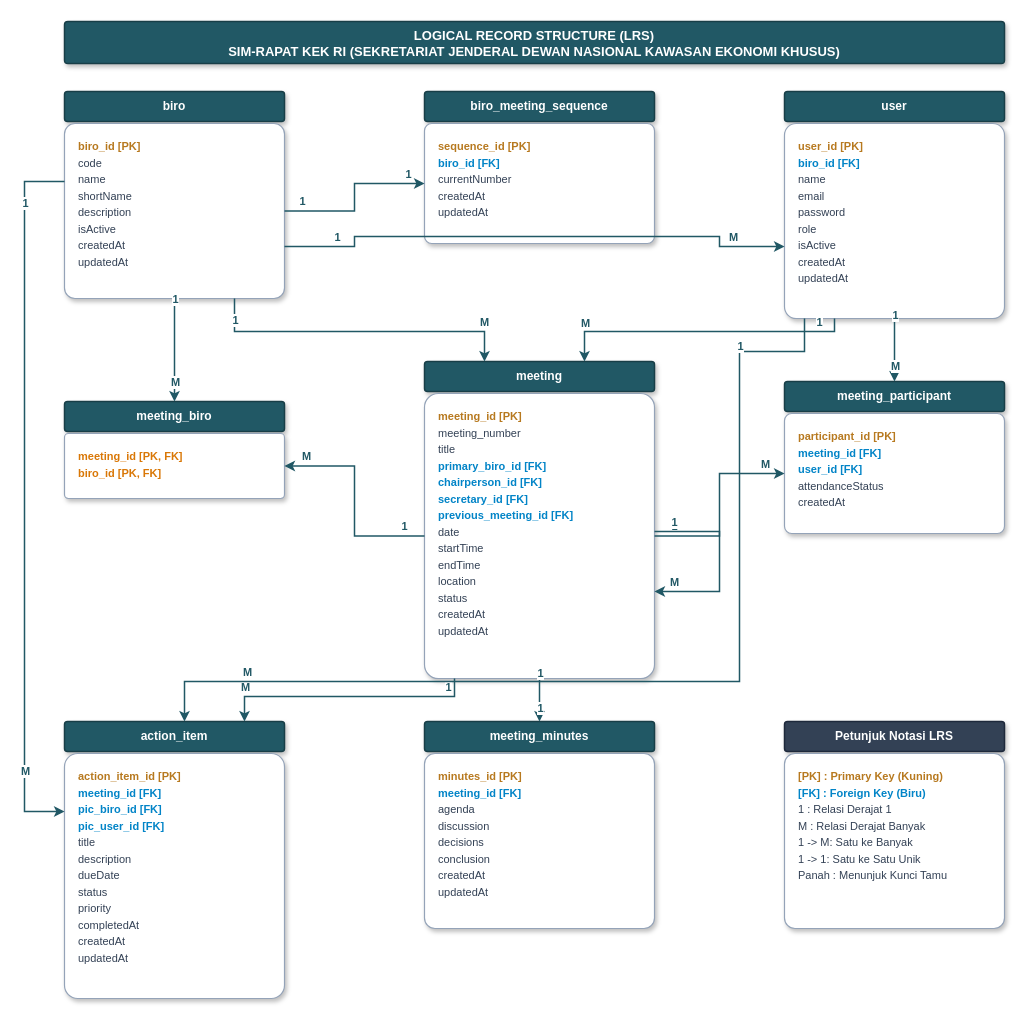
Napppz/Website-Log-Rapat-Kek keeps this draw.io diagram as docs/LRS_SIM_RAPAT.drawio. Above is the earlier version. Source tidied: cells renumbered, new cells numbered last; positions are measured from the earlier drawing's top-left corner, leaving out a move shared by most shapes. Both pictures are drawn from the tidied source at 100%, with x=0, y=0 at pixel (24, 21).
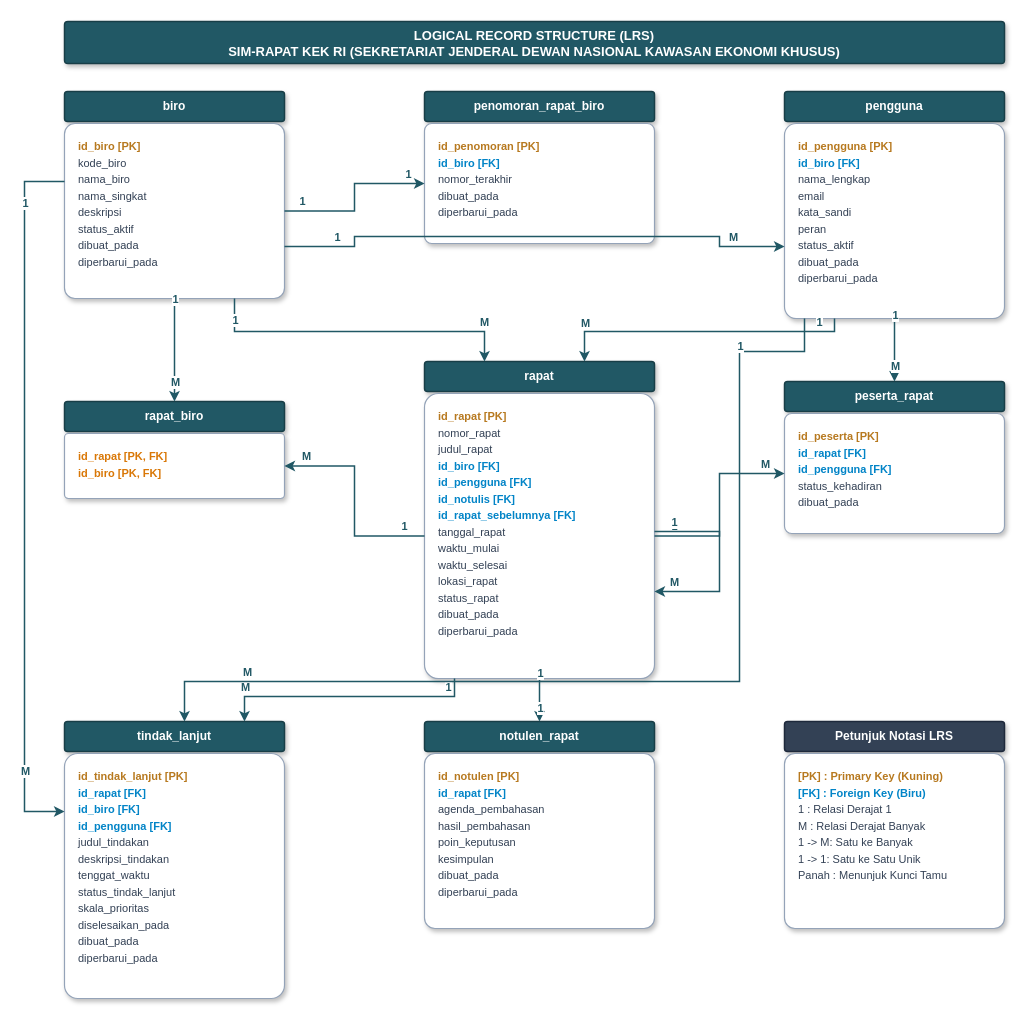
After the change.

What changed in the source:
```diff
@@
-    <mxCell id="4" value="&lt;div style=&quot;line-height: 1.5;&quot;&gt;&lt;b style=&quot;color: #B7791F;&quot;&gt;biro_id [PK]&lt;/b&gt;&lt;/div&gt;&lt;div style=&quot;line-height: 1.5; color: #334155;&quot;&gt;code&lt;/div&gt;&lt;div style=&quot;line-height: 1.5; color: #334155;&quot;&gt;name&lt;/div&gt;&lt;div style=&quot;line-height: 1.5; color: #334155;&quot;&gt;shortName&lt;/div&gt;&lt;div style=&quot;line-height: 1.5; color: #334155;&quot;&gt;description&lt;/div&gt;&lt;div style=&quot;line-height: 1.5; color: #334155;&quot;&gt;isActive&lt;/div&gt;&lt;div style=&quot;line-height: 1.5; color: #334155;&quot;&gt;createdAt&lt;/div&gt;&lt;div style=&quot;line-height: 1.5; color: #334155;&quot;&gt;updatedAt&lt;/div&gt;" style="rounded=1;arcSize=6;whiteSpace=wrap;html=1;fillColor=#ffffff;strokeColor=#94A3B8;strokeWidth=1.2;fontColor=#1E293B;fontStyle=0;fontSize=11;align=left;verticalAlign=top;spacingLeft=12;spacingTop=8;spacingRight=8;spacingBottom=8;fontFamily=Helvetica;shadow=1;" parent="1" vertex="1">
+    <mxCell id="4" value="&lt;div style=&quot;line-height: 1.5;&quot;&gt;&lt;b style=&quot;color: #B7791F;&quot;&gt;id_biro [PK]&lt;/b&gt;&lt;/div&gt;&lt;div style=&quot;line-height: 1.5; color: #334155;&quot;&gt;kode_biro&lt;/div&gt;&lt;div style=&quot;line-height: 1.5; color: #334155;&quot;&gt;nama_biro&lt;/div&gt;&lt;div style=&quot;line-height: 1.5; color: #334155;&quot;&gt;nama_singkat&lt;/div&gt;&lt;div style=&quot;line-height: 1.5; color: #334155;&quot;&gt;deskripsi&lt;/div&gt;&lt;div style=&quot;line-height: 1.5; color: #334155;&quot;&gt;status_aktif&lt;/div&gt;&lt;div style=&quot;line-height: 1.5; color: #334155;&quot;&gt;dibuat_pada&lt;/div&gt;&lt;div style=&quot;line-height: 1.5; color: #334155;&quot;&gt;diperbarui_pada&lt;/div&gt;" style="rounded=1;arcSize=6;whiteSpace=wrap;html=1;fillColor=#ffffff;strokeColor=#94A3B8;strokeWidth=1.2;fontColor=#1E293B;fontStyle=0;fontSize=11;align=left;verticalAlign=top;spacingLeft=12;spacingTop=8;spacingRight=8;spacingBottom=8;fontFamily=Helvetica;shadow=1;" parent="1" vertex="1">
       <mxGeometry x="40" y="102" width="220" height="175" as="geometry" />
     </mxCell>
-    <mxCell id="5" value="biro_meeting_sequence" style="rounded=1;arcSize=10;whiteSpace=wrap;html=1;fillColor=#215865;strokeColor=#183E47;strokeWidth=1.5;fontColor=#ffffff;fontStyle=1;fontSize=12;align=center;verticalAlign=middle;fontFamily=Helvetica;shadow=1;" parent="1" vertex="1">
+    <mxCell id="5" value="penomoran_rapat_biro" style="rounded=1;arcSize=10;whiteSpace=wrap;html=1;fillColor=#215865;strokeColor=#183E47;strokeWidth=1.5;fontColor=#ffffff;fontStyle=1;fontSize=12;align=center;verticalAlign=middle;fontFamily=Helvetica;shadow=1;" parent="1" vertex="1">
       <mxGeometry x="400" y="70" width="230" height="30" as="geometry" />
     </mxCell>
-    <mxCell id="6" value="&lt;div style=&quot;line-height: 1.5;&quot;&gt;&lt;b style=&quot;color: #B7791F;&quot;&gt;sequence_id [PK]&lt;/b&gt;&lt;/div&gt;&lt;div style=&quot;line-height: 1.5;&quot;&gt;&lt;b style=&quot;color: #0284C7;&quot;&gt;biro_id [FK]&lt;/b&gt;&lt;/div&gt;&lt;div style=&quot;line-height: 1.5; color: #334155;&quot;&gt;currentNumber&lt;/div&gt;&lt;div style=&quot;line-height: 1.5; color: #334155;&quot;&gt;createdAt&lt;/div&gt;&lt;div style=&quot;line-height: 1.5; color: #334155;&quot;&gt;updatedAt&lt;/div&gt;" style="rounded=1;arcSize=6;whiteSpace=wrap;html=1;fillColor=#ffffff;strokeColor=#94A3B8;strokeWidth=1.2;fontColor=#1E293B;fontStyle=0;fontSize=11;align=left;verticalAlign=top;spacingLeft=12;spacingTop=8;spacingRight=8;spacingBottom=8;fontFamily=Helvetica;shadow=1;" parent="1" vertex="1">
+    <mxCell id="6" value="&lt;div style=&quot;line-height: 1.5;&quot;&gt;&lt;b style=&quot;color: #B7791F;&quot;&gt;id_penomoran [PK]&lt;/b&gt;&lt;/div&gt;&lt;div style=&quot;line-height: 1.5;&quot;&gt;&lt;b style=&quot;color: #0284C7;&quot;&gt;id_biro [FK]&lt;/b&gt;&lt;/div&gt;&lt;div style=&quot;line-height: 1.5; color: #334155;&quot;&gt;nomor_terakhir&lt;/div&gt;&lt;div style=&quot;line-height: 1.5; color: #334155;&quot;&gt;dibuat_pada&lt;/div&gt;&lt;div style=&quot;line-height: 1.5; color: #334155;&quot;&gt;diperbarui_pada&lt;/div&gt;" style="rounded=1;arcSize=6;whiteSpace=wrap;html=1;fillColor=#ffffff;strokeColor=#94A3B8;strokeWidth=1.2;fontColor=#1E293B;fontStyle=0;fontSize=11;align=left;verticalAlign=top;spacingLeft=12;spacingTop=8;spacingRight=8;spacingBottom=8;fontFamily=Helvetica;shadow=1;" parent="1" vertex="1">
       <mxGeometry x="400" y="102" width="230" height="120" as="geometry" />
     </mxCell>
-    <mxCell id="7" value="user" style="rounded=1;arcSize=10;whiteSpace=wrap;html=1;fillColor=#215865;strokeColor=#183E47;strokeWidth=1.5;fontColor=#ffffff;fontStyle=1;fontSize=12;align=center;verticalAlign=middle;fontFamily=Helvetica;shadow=1;" parent="1" vertex="1">
+    <mxCell id="7" value="pengguna" style="rounded=1;arcSize=10;whiteSpace=wrap;html=1;fillColor=#215865;strokeColor=#183E47;strokeWidth=1.5;fontColor=#ffffff;fontStyle=1;fontSize=12;align=center;verticalAlign=middle;fontFamily=Helvetica;shadow=1;" parent="1" vertex="1">
       <mxGeometry x="760" y="70" width="220" height="30" as="geometry" />
     </mxCell>
-    <mxCell id="8" value="&lt;div style=&quot;line-height: 1.5;&quot;&gt;&lt;b style=&quot;color: #B7791F;&quot;&gt;user_id [PK]&lt;/b&gt;&lt;/div&gt;&lt;div style=&quot;line-height: 1.5;&quot;&gt;&lt;b style=&quot;color: #0284C7;&quot;&gt;biro_id [FK]&lt;/b&gt;&lt;/div&gt;&lt;div style=&quot;line-height: 1.5; color: #334155;&quot;&gt;name&lt;/div&gt;&lt;div style=&quot;line-height: 1.5; color: #334155;&quot;&gt;email&lt;/div&gt;&lt;div style=&quot;line-height: 1.5; color: #334155;&quot;&gt;password&lt;/div&gt;&lt;div style=&quot;line-height: 1.5; color: #334155;&quot;&gt;role&lt;/div&gt;&lt;div style=&quot;line-height: 1.5; color: #334155;&quot;&gt;isActive&lt;/div&gt;&lt;div style=&quot;line-height: 1.5; color: #334155;&quot;&gt;createdAt&lt;/div&gt;&lt;div style=&quot;line-height: 1.5; color: #334155;&quot;&gt;updatedAt&lt;/div&gt;" style="rounded=1;arcSize=6;whiteSpace=wrap;html=1;fillColor=#ffffff;strokeColor=#94A3B8;strokeWidth=1.2;fontColor=#1E293B;fontStyle=0;fontSize=11;align=left;verticalAlign=top;spacingLeft=12;spacingTop=8;spacingRight=8;spacingBottom=8;fontFamily=Helvetica;shadow=1;" parent="1" vertex="1">
+    <mxCell id="8" value="&lt;div style=&quot;line-height: 1.5;&quot;&gt;&lt;b style=&quot;color: #B7791F;&quot;&gt;id_pengguna [PK]&lt;/b&gt;&lt;/div&gt;&lt;div style=&quot;line-height: 1.5;&quot;&gt;&lt;b style=&quot;color: #0284C7;&quot;&gt;id_biro [FK]&lt;/b&gt;&lt;/div&gt;&lt;div style=&quot;line-height: 1.5; color: #334155;&quot;&gt;nama_lengkap&lt;/div&gt;&lt;div style=&quot;line-height: 1.5; color: #334155;&quot;&gt;email&lt;/div&gt;&lt;div style=&quot;line-height: 1.5; color: #334155;&quot;&gt;kata_sandi&lt;/div&gt;&lt;div style=&quot;line-height: 1.5; color: #334155;&quot;&gt;peran&lt;/div&gt;&lt;div style=&quot;line-height: 1.5; color: #334155;&quot;&gt;status_aktif&lt;/div&gt;&lt;div style=&quot;line-height: 1.5; color: #334155;&quot;&gt;dibuat_pada&lt;/div&gt;&lt;div style=&quot;line-height: 1.5; color: #334155;&quot;&gt;diperbarui_pada&lt;/div&gt;" style="rounded=1;arcSize=6;whiteSpace=wrap;html=1;fillColor=#ffffff;strokeColor=#94A3B8;strokeWidth=1.2;fontColor=#1E293B;fontStyle=0;fontSize=11;align=left;verticalAlign=top;spacingLeft=12;spacingTop=8;spacingRight=8;spacingBottom=8;fontFamily=Helvetica;shadow=1;" parent="1" vertex="1">
       <mxGeometry x="760" y="102" width="220" height="195" as="geometry" />
     </mxCell>
-    <mxCell id="9" value="meeting_biro" style="rounded=1;arcSize=10;whiteSpace=wrap;html=1;fillColor=#215865;strokeColor=#183E47;strokeWidth=1.5;fontColor=#ffffff;fontStyle=1;fontSize=12;align=center;verticalAlign=middle;fontFamily=Helvetica;shadow=1;" parent="1" vertex="1">
+    <mxCell id="9" value="rapat_biro" style="rounded=1;arcSize=10;whiteSpace=wrap;html=1;fillColor=#215865;strokeColor=#183E47;strokeWidth=1.5;fontColor=#ffffff;fontStyle=1;fontSize=12;align=center;verticalAlign=middle;fontFamily=Helvetica;shadow=1;" parent="1" vertex="1">
       <mxGeometry x="40" y="380" width="220" height="30" as="geometry" />
     </mxCell>
-    <mxCell id="10" value="&lt;div style=&quot;line-height: 1.5;&quot;&gt;&lt;b style=&quot;color: #D97706;&quot;&gt;meeting_id [PK, FK]&lt;/b&gt;&lt;/div&gt;&lt;div style=&quot;line-height: 1.5;&quot;&gt;&lt;b style=&quot;color: #D97706;&quot;&gt;biro_id [PK, FK]&lt;/b&gt;&lt;/div&gt;" style="rounded=1;arcSize=6;whiteSpace=wrap;html=1;fillColor=#ffffff;strokeColor=#94A3B8;strokeWidth=1.2;fontColor=#1E293B;fontStyle=0;fontSize=11;align=left;verticalAlign=top;spacingLeft=12;spacingTop=8;spacingRight=8;spacingBottom=8;fontFamily=Helvetica;shadow=1;" parent="1" vertex="1">
+    <mxCell id="10" value="&lt;div style=&quot;line-height: 1.5;&quot;&gt;&lt;b style=&quot;color: #D97706;&quot;&gt;id_rapat [PK, FK]&lt;/b&gt;&lt;/div&gt;&lt;div style=&quot;line-height: 1.5;&quot;&gt;&lt;b style=&quot;color: #D97706;&quot;&gt;id_biro [PK, FK]&lt;/b&gt;&lt;/div&gt;" style="rounded=1;arcSize=6;whiteSpace=wrap;html=1;fillColor=#ffffff;strokeColor=#94A3B8;strokeWidth=1.2;fontColor=#1E293B;fontStyle=0;fontSize=11;align=left;verticalAlign=top;spacingLeft=12;spacingTop=8;spacingRight=8;spacingBottom=8;fontFamily=Helvetica;shadow=1;" parent="1" vertex="1">
       <mxGeometry x="40" y="412" width="220" height="65" as="geometry" />
     </mxCell>
-    <mxCell id="11" value="meeting" style="rounded=1;arcSize=10;whiteSpace=wrap;html=1;fillColor=#215865;strokeColor=#183E47;strokeWidth=1.5;fontColor=#ffffff;fontStyle=1;fontSize=12;align=center;verticalAlign=middle;fontFamily=Helvetica;shadow=1;" parent="1" vertex="1">
+    <mxCell id="11" value="rapat" style="rounded=1;arcSize=10;whiteSpace=wrap;html=1;fillColor=#215865;strokeColor=#183E47;strokeWidth=1.5;fontColor=#ffffff;fontStyle=1;fontSize=12;align=center;verticalAlign=middle;fontFamily=Helvetica;shadow=1;" parent="1" vertex="1">
       <mxGeometry x="400" y="340" width="230" height="30" as="geometry" />
     </mxCell>
-    <mxCell id="12" value="&lt;div style=&quot;line-height: 1.5;&quot;&gt;&lt;b style=&quot;color: #B7791F;&quot;&gt;meeting_id [PK]&lt;/b&gt;&lt;/div&gt;&lt;div style=&quot;line-height: 1.5; color: #334155;&quot;&gt;meeting_number&lt;/div&gt;&lt;div style=&quot;line-height: 1.5; color: #334155;&quot;&gt;title&lt;/div&gt;&lt;div style=&quot;line-height: 1.5;&quot;&gt;&lt;b style=&quot;color: #0284C7;&quot;&gt;primary_biro_id [FK]&lt;/b&gt;&lt;/div&gt;&lt;div style=&quot;line-height: 1.5;&quot;&gt;&lt;b style=&quot;color: #0284C7;&quot;&gt;chairperson_id [FK]&lt;/b&gt;&lt;/div&gt;&lt;div style=&quot;line-height: 1.5;&quot;&gt;&lt;b style=&quot;color: #0284C7;&quot;&gt;secretary_id [FK]&lt;/b&gt;&lt;/div&gt;&lt;div style=&quot;line-height: 1.5;&quot;&gt;&lt;b style=&quot;color: #0284C7;&quot;&gt;previous_meeting_id [FK]&lt;/b&gt;&lt;/div&gt;&lt;div style=&quot;line-height: 1.5; color: #334155;&quot;&gt;date&lt;/div&gt;&lt;div style=&quot;line-height: 1.5; color: #334155;&quot;&gt;startTime&lt;/div&gt;&lt;div style=&quot;line-height: 1.5; color: #334155;&quot;&gt;endTime&lt;/div&gt;&lt;div style=&quot;line-height: 1.5; color: #334155;&quot;&gt;location&lt;/div&gt;&lt;div style=&quot;line-height: 1.5; color: #334155;&quot;&gt;status&lt;/div&gt;&lt;div style=&quot;line-height: 1.5; color: #334155;&quot;&gt;createdAt&lt;/div&gt;&lt;div style=&quot;line-height: 1.5; color: #334155;&quot;&gt;updatedAt&lt;/div&gt;" style="rounded=1;arcSize=6;whiteSpace=wrap;html=1;fillColor=#ffffff;strokeColor=#94A3B8;strokeWidth=1.2;fontColor=#1E293B;fontStyle=0;fontSize=11;align=left;verticalAlign=top;spacingLeft=12;spacingTop=8;spacingRight=8;spacingBottom=8;fontFamily=Helvetica;shadow=1;" parent="1" vertex="1">
+    <mxCell id="12" value="&lt;div style=&quot;line-height: 1.5;&quot;&gt;&lt;b style=&quot;color: #B7791F;&quot;&gt;id_rapat [PK]&lt;/b&gt;&lt;/div&gt;&lt;div style=&quot;line-height: 1.5; color: #334155;&quot;&gt;nomor_rapat&lt;/div&gt;&lt;div style=&quot;line-height: 1.5; color: #334155;&quot;&gt;judul_rapat&lt;/div&gt;&lt;div style=&quot;line-height: 1.5;&quot;&gt;&lt;b style=&quot;color: #0284C7;&quot;&gt;id_biro [FK]&lt;/b&gt;&lt;/div&gt;&lt;div style=&quot;line-height: 1.5;&quot;&gt;&lt;b style=&quot;color: #0284C7;&quot;&gt;id_pengguna [FK]&lt;/b&gt;&lt;/div&gt;&lt;div style=&quot;line-height: 1.5;&quot;&gt;&lt;b style=&quot;color: #0284C7;&quot;&gt;id_notulis [FK]&lt;/b&gt;&lt;/div&gt;&lt;div style=&quot;line-height: 1.5;&quot;&gt;&lt;b style=&quot;color: #0284C7;&quot;&gt;id_rapat_sebelumnya [FK]&lt;/b&gt;&lt;/div&gt;&lt;div style=&quot;line-height: 1.5; color: #334155;&quot;&gt;tanggal_rapat&lt;/div&gt;&lt;div style=&quot;line-height: 1.5; color: #334155;&quot;&gt;waktu_mulai&lt;/div&gt;&lt;div style=&quot;line-height: 1.5; color: #334155;&quot;&gt;waktu_selesai&lt;/div&gt;&lt;div style=&quot;line-height: 1.5; color: #334155;&quot;&gt;lokasi_rapat&lt;/div&gt;&lt;div style=&quot;line-height: 1.5; color: #334155;&quot;&gt;status_rapat&lt;/div&gt;&lt;div style=&quot;line-height: 1.5; color: #334155;&quot;&gt;dibuat_pada&lt;/div&gt;&lt;div style=&quot;line-height: 1.5; color: #334155;&quot;&gt;diperbarui_pada&lt;/div&gt;" style="rounded=1;arcSize=6;whiteSpace=wrap;html=1;fillColor=#ffffff;strokeColor=#94A3B8;strokeWidth=1.2;fontColor=#1E293B;fontStyle=0;fontSize=11;align=left;verticalAlign=top;spacingLeft=12;spacingTop=8;spacingRight=8;spacingBottom=8;fontFamily=Helvetica;shadow=1;" parent="1" vertex="1">
       <mxGeometry x="400" y="372" width="230" height="285" as="geometry" />
     </mxCell>
-    <mxCell id="13" value="meeting_participant" style="rounded=1;arcSize=10;whiteSpace=wrap;html=1;fillColor=#215865;strokeColor=#183E47;strokeWidth=1.5;fontColor=#ffffff;fontStyle=1;fontSize=12;align=center;verticalAlign=middle;fontFamily=Helvetica;shadow=1;" parent="1" vertex="1">
+    <mxCell id="13" value="peserta_rapat" style="rounded=1;arcSize=10;whiteSpace=wrap;html=1;fillColor=#215865;strokeColor=#183E47;strokeWidth=1.5;fontColor=#ffffff;fontStyle=1;fontSize=12;align=center;verticalAlign=middle;fontFamily=Helvetica;shadow=1;" parent="1" vertex="1">
       <mxGeometry x="760" y="360" width="220" height="30" as="geometry" />
     </mxCell>
-    <mxCell id="14" value="&lt;div style=&quot;line-height: 1.5;&quot;&gt;&lt;b style=&quot;color: #B7791F;&quot;&gt;participant_id [PK]&lt;/b&gt;&lt;/div&gt;&lt;div style=&quot;line-height: 1.5;&quot;&gt;&lt;b style=&quot;color: #0284C7;&quot;&gt;meeting_id [FK]&lt;/b&gt;&lt;/div&gt;&lt;div style=&quot;line-height: 1.5;&quot;&gt;&lt;b style=&quot;color: #0284C7;&quot;&gt;user_id [FK]&lt;/b&gt;&lt;/div&gt;&lt;div style=&quot;line-height: 1.5; color: #334155;&quot;&gt;attendanceStatus&lt;/div&gt;&lt;div style=&quot;line-height: 1.5; color: #334155;&quot;&gt;createdAt&lt;/div&gt;" style="rounded=1;arcSize=6;whiteSpace=wrap;html=1;fillColor=#ffffff;strokeColor=#94A3B8;strokeWidth=1.2;fontColor=#1E293B;fontStyle=0;fontSize=11;align=left;verticalAlign=top;spacingLeft=12;spacingTop=8;spacingRight=8;spacingBottom=8;fontFamily=Helvetica;shadow=1;" parent="1" vertex="1">
+    <mxCell id="14" value="&lt;div style=&quot;line-height: 1.5;&quot;&gt;&lt;b style=&quot;color: #B7791F;&quot;&gt;id_peserta [PK]&lt;/b&gt;&lt;/div&gt;&lt;div style=&quot;line-height: 1.5;&quot;&gt;&lt;b style=&quot;color: #0284C7;&quot;&gt;id_rapat [FK]&lt;/b&gt;&lt;/div&gt;&lt;div style=&quot;line-height: 1.5;&quot;&gt;&lt;b style=&quot;color: #0284C7;&quot;&gt;id_pengguna [FK]&lt;/b&gt;&lt;/div&gt;&lt;div style=&quot;line-height: 1.5; color: #334155;&quot;&gt;status_kehadiran&lt;/div&gt;&lt;div style=&quot;line-height: 1.5; color: #334155;&quot;&gt;dibuat_pada&lt;/div&gt;" style="rounded=1;arcSize=6;whiteSpace=wrap;html=1;fillColor=#ffffff;strokeColor=#94A3B8;strokeWidth=1.2;fontColor=#1E293B;fontStyle=0;fontSize=11;align=left;verticalAlign=top;spacingLeft=12;spacingTop=8;spacingRight=8;spacingBottom=8;fontFamily=Helvetica;shadow=1;" parent="1" vertex="1">
       <mxGeometry x="760" y="392" width="220" height="120" as="geometry" />
     </mxCell>
-    <mxCell id="15" value="action_item" style="rounded=1;arcSize=10;whiteSpace=wrap;html=1;fillColor=#215865;strokeColor=#183E47;strokeWidth=1.5;fontColor=#ffffff;fontStyle=1;fontSize=12;align=center;verticalAlign=middle;fontFamily=Helvetica;shadow=1;" parent="1" vertex="1">
+    <mxCell id="15" value="tindak_lanjut" style="rounded=1;arcSize=10;whiteSpace=wrap;html=1;fillColor=#215865;strokeColor=#183E47;strokeWidth=1.5;fontColor=#ffffff;fontStyle=1;fontSize=12;align=center;verticalAlign=middle;fontFamily=Helvetica;shadow=1;" parent="1" vertex="1">
       <mxGeometry x="40" y="700" width="220" height="30" as="geometry" />
     </mxCell>
-    <mxCell id="16" value="&lt;div style=&quot;line-height: 1.5;&quot;&gt;&lt;b style=&quot;color: #B7791F;&quot;&gt;action_item_id [PK]&lt;/b&gt;&lt;/div&gt;&lt;div style=&quot;line-height: 1.5;&quot;&gt;&lt;b style=&quot;color: #0284C7;&quot;&gt;meeting_id [FK]&lt;/b&gt;&lt;/div&gt;&lt;div style=&quot;line-height: 1.5;&quot;&gt;&lt;b style=&quot;color: #0284C7;&quot;&gt;pic_biro_id [FK]&lt;/b&gt;&lt;/div&gt;&lt;div style=&quot;line-height: 1.5;&quot;&gt;&lt;b style=&quot;color: #0284C7;&quot;&gt;pic_user_id [FK]&lt;/b&gt;&lt;/div&gt;&lt;div style=&quot;line-height: 1.5; color: #334155;&quot;&gt;title&lt;/div&gt;&lt;div style=&quot;line-height: 1.5; color: #334155;&quot;&gt;description&lt;/div&gt;&lt;div style=&quot;line-height: 1.5; color: #334155;&quot;&gt;dueDate&lt;/div&gt;&lt;div style=&quot;line-height: 1.5; color: #334155;&quot;&gt;status&lt;/div&gt;&lt;div style=&quot;line-height: 1.5; color: #334155;&quot;&gt;priority&lt;/div&gt;&lt;div style=&quot;line-height: 1.5; color: #334155;&quot;&gt;completedAt&lt;/div&gt;&lt;div style=&quot;line-height: 1.5; color: #334155;&quot;&gt;createdAt&lt;/div&gt;&lt;div style=&quot;line-height: 1.5; color: #334155;&quot;&gt;updatedAt&lt;/div&gt;" style="rounded=1;arcSize=6;whiteSpace=wrap;html=1;fillColor=#ffffff;strokeColor=#94A3B8;strokeWidth=1.2;fontColor=#1E293B;fontStyle=0;fontSize=11;align=left;verticalAlign=top;spacingLeft=12;spacingTop=8;spacingRight=8;spacingBottom=8;fontFamily=Helvetica;shadow=1;" parent="1" vertex="1">
+    <mxCell id="16" value="&lt;div style=&quot;line-height: 1.5;&quot;&gt;&lt;b style=&quot;color: #B7791F;&quot;&gt;id_tindak_lanjut [PK]&lt;/b&gt;&lt;/div&gt;&lt;div style=&quot;line-height: 1.5;&quot;&gt;&lt;b style=&quot;color: #0284C7;&quot;&gt;id_rapat [FK]&lt;/b&gt;&lt;/div&gt;&lt;div style=&quot;line-height: 1.5;&quot;&gt;&lt;b style=&quot;color: #0284C7;&quot;&gt;id_biro [FK]&lt;/b&gt;&lt;/div&gt;&lt;div style=&quot;line-height: 1.5;&quot;&gt;&lt;b style=&quot;color: #0284C7;&quot;&gt;id_pengguna [FK]&lt;/b&gt;&lt;/div&gt;&lt;div style=&quot;line-height: 1.5; color: #334155;&quot;&gt;judul_tindakan&lt;/div&gt;&lt;div style=&quot;line-height: 1.5; color: #334155;&quot;&gt;deskripsi_tindakan&lt;/div&gt;&lt;div style=&quot;line-height: 1.5; color: #334155;&quot;&gt;tenggat_waktu&lt;/div&gt;&lt;div style=&quot;line-height: 1.5; color: #334155;&quot;&gt;status_tindak_lanjut&lt;/div&gt;&lt;div style=&quot;line-height: 1.5; color: #334155;&quot;&gt;skala_prioritas&lt;/div&gt;&lt;div style=&quot;line-height: 1.5; color: #334155;&quot;&gt;diselesaikan_pada&lt;/div&gt;&lt;div style=&quot;line-height: 1.5; color: #334155;&quot;&gt;dibuat_pada&lt;/div&gt;&lt;div style=&quot;line-height: 1.5; color: #334155;&quot;&gt;diperbarui_pada&lt;/div&gt;" style="rounded=1;arcSize=6;whiteSpace=wrap;html=1;fillColor=#ffffff;strokeColor=#94A3B8;strokeWidth=1.2;fontColor=#1E293B;fontStyle=0;fontSize=11;align=left;verticalAlign=top;spacingLeft=12;spacingTop=8;spacingRight=8;spacingBottom=8;fontFamily=Helvetica;shadow=1;" parent="1" vertex="1">
       <mxGeometry x="40" y="732" width="220" height="245" as="geometry" />
     </mxCell>
-    <mxCell id="17" value="meeting_minutes" style="rounded=1;arcSize=10;whiteSpace=wrap;html=1;fillColor=#215865;strokeColor=#183E47;strokeWidth=1.5;fontColor=#ffffff;fontStyle=1;fontSize=12;align=center;verticalAlign=middle;fontFamily=Helvetica;shadow=1;" parent="1" vertex="1">
+    <mxCell id="17" value="notulen_rapat" style="rounded=1;arcSize=10;whiteSpace=wrap;html=1;fillColor=#215865;strokeColor=#183E47;strokeWidth=1.5;fontColor=#ffffff;fontStyle=1;fontSize=12;align=center;verticalAlign=middle;fontFamily=Helvetica;shadow=1;" parent="1" vertex="1">
       <mxGeometry x="400" y="700" width="230" height="30" as="geometry" />
     </mxCell>
-    <mxCell id="18" value="&lt;div style=&quot;line-height: 1.5;&quot;&gt;&lt;b style=&quot;color: #B7791F;&quot;&gt;minutes_id [PK]&lt;/b&gt;&lt;/div&gt;&lt;div style=&quot;line-height: 1.5;&quot;&gt;&lt;b style=&quot;color: #0284C7;&quot;&gt;meeting_id [FK]&lt;/b&gt;&lt;/div&gt;&lt;div style=&quot;line-height: 1.5; color: #334155;&quot;&gt;agenda&lt;/div&gt;&lt;div style=&quot;line-height: 1.5; color: #334155;&quot;&gt;discussion&lt;/div&gt;&lt;div style=&quot;line-height: 1.5; color: #334155;&quot;&gt;decisions&lt;/div&gt;&lt;div style=&quot;line-height: 1.5; color: #334155;&quot;&gt;conclusion&lt;/div&gt;&lt;div style=&quot;line-height: 1.5; color: #334155;&quot;&gt;createdAt&lt;/div&gt;&lt;div style=&quot;line-height: 1.5; color: #334155;&quot;&gt;updatedAt&lt;/div&gt;" style="rounded=1;arcSize=6;whiteSpace=wrap;html=1;fillColor=#ffffff;strokeColor=#94A3B8;strokeWidth=1.2;fontColor=#1E293B;fontStyle=0;fontSize=11;align=left;verticalAlign=top;spacingLeft=12;spacingTop=8;spacingRight=8;spacingBottom=8;fontFamily=Helvetica;shadow=1;" parent="1" vertex="1">
+    <mxCell id="18" value="&lt;div style=&quot;line-height: 1.5;&quot;&gt;&lt;b style=&quot;color: #B7791F;&quot;&gt;id_notulen [PK]&lt;/b&gt;&lt;/div&gt;&lt;div style=&quot;line-height: 1.5;&quot;&gt;&lt;b style=&quot;color: #0284C7;&quot;&gt;id_rapat [FK]&lt;/b&gt;&lt;/div&gt;&lt;div style=&quot;line-height: 1.5; color: #334155;&quot;&gt;agenda_pembahasan&lt;/div&gt;&lt;div style=&quot;line-height: 1.5; color: #334155;&quot;&gt;hasil_pembahasan&lt;/div&gt;&lt;div style=&quot;line-height: 1.5; color: #334155;&quot;&gt;poin_keputusan&lt;/div&gt;&lt;div style=&quot;line-height: 1.5; color: #334155;&quot;&gt;kesimpulan&lt;/div&gt;&lt;div style=&quot;line-height: 1.5; color: #334155;&quot;&gt;dibuat_pada&lt;/div&gt;&lt;div style=&quot;line-height: 1.5; color: #334155;&quot;&gt;diperbarui_pada&lt;/div&gt;" style="rounded=1;arcSize=6;whiteSpace=wrap;html=1;fillColor=#ffffff;strokeColor=#94A3B8;strokeWidth=1.2;fontColor=#1E293B;fontStyle=0;fontSize=11;align=left;verticalAlign=top;spacingLeft=12;spacingTop=8;spacingRight=8;spacingBottom=8;fontFamily=Helvetica;shadow=1;" parent="1" vertex="1">
       <mxGeometry x="400" y="732" width="230" height="175" as="geometry" />
     </mxCell>
```
